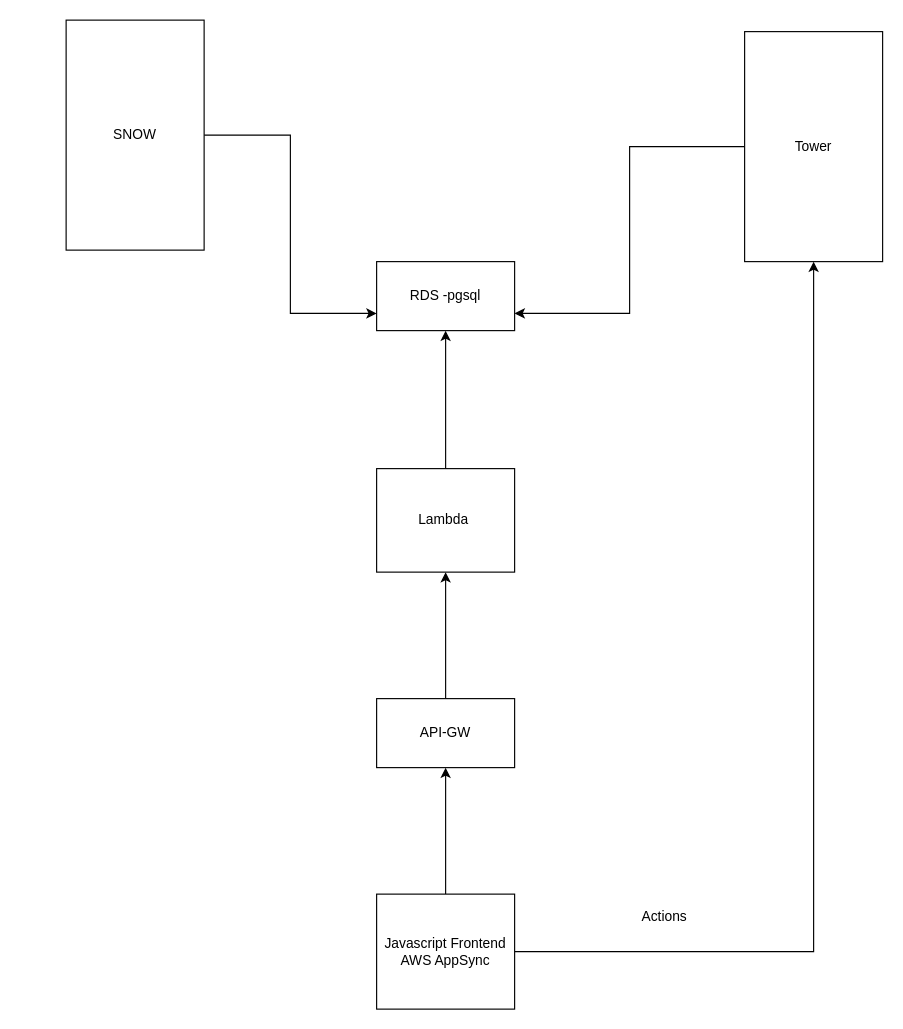
Before: Frontend.drawio in ajaypaulfrancis/ajpaul, a draw.io diagram. Source tidied: cells renumbered, new cells numbered last; positions are measured from the earlier drawing's top-left corner, leaving out a move shared by most shapes. Both pictures are drawn from the tidied source at 115%, with x=0, y=0 at pixel (66, 20).
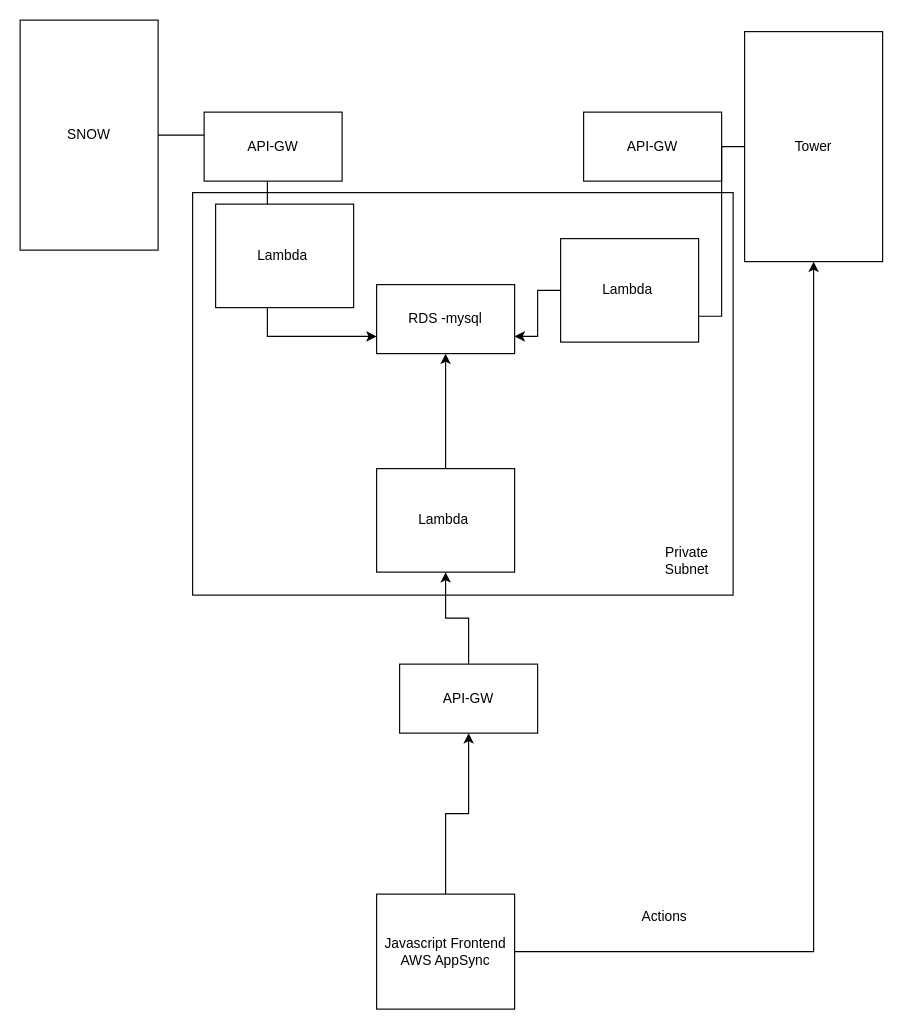
The same page after the edit.

The change refers to these unchanged cells:
```xml
<mxCell id="11" value="Tower" style="rounded=0;whiteSpace=wrap;html=1;" parent="1" vertex="1">
  <mxGeometry x="590" y="10" width="120" height="200" as="geometry" />
</mxCell>
```

Diff of the diagram source:
```diff
@@
+    <mxCell id="15" style="rounded=0;whiteSpace=wrap;html=1;" parent="1" vertex="1">
+      <mxGeometry x="110" y="150" width="470" height="350" as="geometry" />
+    </mxCell>
-    <mxCell id="2" value="RDS -pgsql" style="rounded=0;whiteSpace=wrap;html=1;" parent="1" vertex="1">
-      <mxGeometry x="270" y="210" width="120" height="60" as="geometry" />
+    <mxCell id="2" value="RDS -mysql" style="rounded=0;whiteSpace=wrap;html=1;" parent="1" vertex="1">
+      <mxGeometry x="270" y="230" width="120" height="60" as="geometry" />
     </mxCell>
@@
     <mxCell id="4" value="API-GW" style="rounded=0;whiteSpace=wrap;html=1;" parent="1" vertex="1">
-      <mxGeometry x="270" y="590" width="120" height="60" as="geometry" />
+      <mxGeometry x="290" y="560" width="120" height="60" as="geometry" />
     </mxCell>
@@
-    <mxCell id="10" style="edgeStyle=orthogonalEdgeStyle;rounded=0;jettySize=auto;html=1;entryX=1;entryY=0.75;entryDx=0;entryDy=0;" parent="1" edge="1" source="11" target="2">
+    <mxCell id="10" style="edgeStyle=orthogonalEdgeStyle;rounded=0;jettySize=auto;html=1;entryX=1;entryY=0.75;entryDx=0;entryDy=0;startArrow=none;" parent="1" edge="1" source="17" target="2">
       <mxGeometry relative="1" as="geometry" />
     </mxCell>
@@
     <mxCell id="14" value="SNOW" style="rounded=0;whiteSpace=wrap;html=1;" parent="1" vertex="1">
-      <mxGeometry width="120" height="200" as="geometry" />
+      <mxGeometry x="-40" width="120" height="200" as="geometry" />
     </mxCell>
+    <mxCell id="16" value="API-GW" style="rounded=0;whiteSpace=wrap;html=1;" parent="1" vertex="1">
+      <mxGeometry x="450" y="80" width="120" height="60" as="geometry" />
+    </mxCell>
+    <mxCell id="17" value="Lambda&amp;nbsp;" style="rounded=0;whiteSpace=wrap;html=1;" parent="1" vertex="1">
+      <mxGeometry x="430" y="190" width="120" height="90" as="geometry" />
+    </mxCell>
+    <mxCell id="18" style="edgeStyle=orthogonalEdgeStyle;rounded=0;jettySize=auto;html=1;entryX=1;entryY=0.75;entryDx=0;entryDy=0;endArrow=none;" parent="1" edge="1" source="11" target="17">
+      <mxGeometry relative="1" as="geometry" />
+    </mxCell>
+    <mxCell id="19" value="Lambda&amp;nbsp;" style="rounded=0;whiteSpace=wrap;html=1;" parent="1" vertex="1">
+      <mxGeometry x="130" y="160" width="120" height="90" as="geometry" />
+    </mxCell>
+    <mxCell id="20" value="API-GW" style="rounded=0;whiteSpace=wrap;html=1;" parent="1" vertex="1">
+      <mxGeometry x="120" y="80" width="120" height="60" as="geometry" />
+    </mxCell>
+    <mxCell id="21" value="Private Subnet" style="text;html=1;strokeColor=none;fillColor=none;align=center;verticalAlign=middle;whiteSpace=wrap;rounded=0;" parent="1" vertex="1">
+      <mxGeometry x="520" y="460" width="40" height="20" as="geometry" />
+    </mxCell>
```
